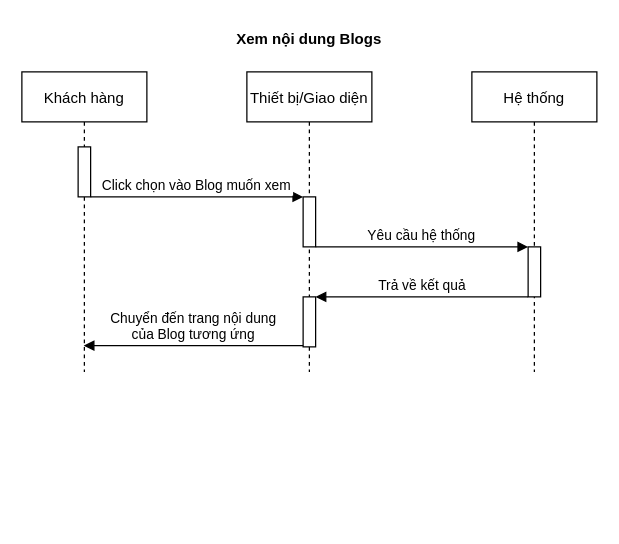
Earlier version of the draw.io diagram Drawio/Xem_noi_dung_blogs.drawio (LuanMinhNguyen/nhom2thuctapchuyennganh). Source tidied: cells renumbered, new cells numbered last; positions are measured from the earlier drawing's top-left corner, leaving out a move shared by most shapes. Both pictures are drawn from the tidied source at 125%, with x=0, y=0 at pixel (21, 21).
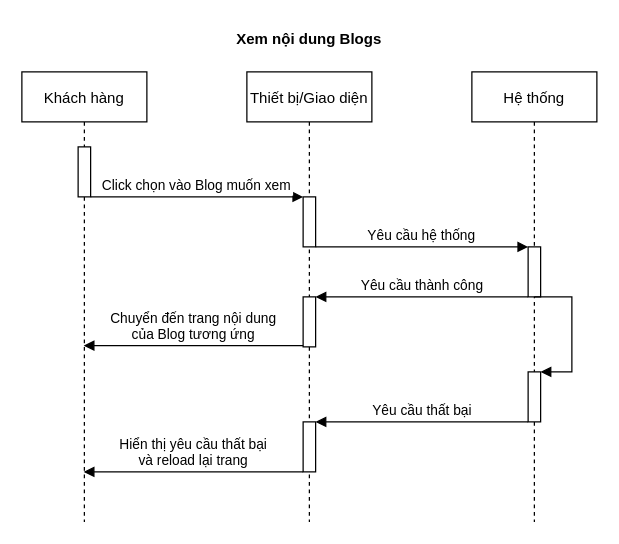
The same page after the edit.

The change refers to these unchanged cells:
```xml
<mxCell id="8" style="points=[];perimeter=orthogonalPerimeter;rounded=0;shadow=0;strokeWidth=1;" parent="7" vertex="1">
  <mxGeometry x="45" y="140" width="10" height="40" as="geometry" />
</mxCell>
<mxCell id="11" style="points=[];perimeter=orthogonalPerimeter;rounded=0;shadow=0;strokeWidth=1;" parent="1" vertex="1">
  <mxGeometry x="225" y="220" width="10" height="40" as="geometry" />
</mxCell>
```

Change to the diagram source:
```diff
@@
     <mxCell id="2" value="Khách hàng" style="shape=umlLifeline;perimeter=lifelinePerimeter;rounded=0;shadow=0;strokeWidth=1;" parent="1" vertex="1">
-      <mxGeometry y="40" width="100" height="240" as="geometry" />
+      <mxGeometry y="40" width="100" height="360" as="geometry" />
     </mxCell>
@@
     <mxCell id="4" value="Thiết bị/Giao diện" style="shape=umlLifeline;perimeter=lifelinePerimeter;rounded=0;shadow=0;strokeWidth=1;" parent="1" vertex="1">
-      <mxGeometry x="180" y="40" width="100" height="240" as="geometry" />
+      <mxGeometry x="180" y="40" width="100" height="360" as="geometry" />
     </mxCell>
@@
     <mxCell id="7" value="Hệ thống" style="shape=umlLifeline;perimeter=lifelinePerimeter;rounded=0;shadow=0;strokeWidth=1;" parent="1" vertex="1">
-      <mxGeometry x="360" y="40" width="100" height="240" as="geometry" />
+      <mxGeometry x="360" y="40" width="100" height="360" as="geometry" />
     </mxCell>
@@
+    <mxCell id="14" style="html=1;points=[];perimeter=orthogonalPerimeter;" parent="7" vertex="1">
+      <mxGeometry x="45" y="240" width="10" height="40" as="geometry" />
+    </mxCell>
+    <mxCell id="15" style="edgeStyle=orthogonalEdgeStyle;html=1;align=left;spacingLeft=2;endArrow=block;rounded=0;entryX=1;entryY=0;" parent="7" edge="1" target="14">
+      <mxGeometry x="0.33" y="104" relative="1" as="geometry">
+        <mxPoint x="50" y="180" as="sourcePoint" />
+        <Array as="points">
+          <mxPoint x="80" y="180" />
+        </Array>
+        <mxPoint x="100" y="-74" as="offset" />
+      </mxGeometry>
+    </mxCell>
@@
-    <mxCell id="10" value="Trả về kết quả" style="html=1;verticalAlign=bottom;endArrow=block;" parent="1" edge="1" source="8" target="11">
+    <mxCell id="10" value="Yêu cầu thành công" style="html=1;verticalAlign=bottom;endArrow=block;" parent="1" edge="1" source="8" target="11">
       <mxGeometry relative="1" as="geometry">
         <Array as="points">
           <mxPoint x="380" y="220" />
           <mxPoint x="320" y="220" />
         </Array>
       </mxGeometry>
     </mxCell>
@@
+    <mxCell id="16" value="Yêu cầu thất bại" style="html=1;verticalAlign=bottom;endArrow=block;" parent="1" edge="1">
+      <mxGeometry relative="1" as="geometry">
+        <mxPoint x="405" y="320" as="sourcePoint" />
+        <mxPoint x="235" y="320" as="targetPoint" />
+        <Array as="points">
+          <mxPoint x="380" y="320" />
+          <mxPoint x="320" y="320" />
+        </Array>
+      </mxGeometry>
+    </mxCell>
+    <mxCell id="17" style="perimeter=orthogonalPerimeter;rounded=0;shadow=0;strokeWidth=1;" parent="1" vertex="1">
+      <mxGeometry x="225" y="320" width="10" height="40" as="geometry" />
+    </mxCell>
+    <mxCell id="18" value="Hiển thị yêu cầu thất bại&lt;br&gt;và reload lại trang" style="html=1;verticalAlign=bottom;endArrow=block;" parent="1" edge="1">
+      <mxGeometry relative="1" as="geometry">
+        <mxPoint x="225" y="360" as="sourcePoint" />
+        <mxPoint x="49.5" y="360" as="targetPoint" />
+        <Array as="points">
+          <mxPoint x="200" y="360" />
+          <mxPoint x="140" y="360" />
+        </Array>
+      </mxGeometry>
+    </mxCell>
```
